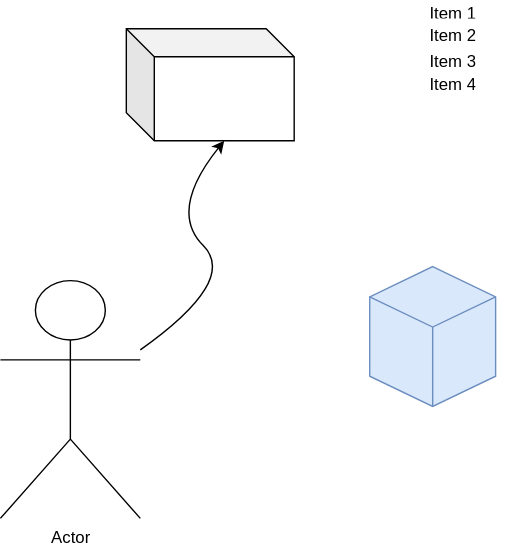
Above: coba export svg.drawio.svg in parulianhutapean-dotcom/generaldoc_sept_uck (draw.io), before the change. Source tidied: cells renumbered, new cells last; positions are measured from the earlier drawing's top-left corner, leaving out a move shared by most shapes. The source it was exported from:
```xml
<mxGraphModel>
  <root>
    <mxCell id="0" />
    <mxCell id="1" parent="0" />
    <mxCell id="2" style="shape=cube;whiteSpace=wrap;html=1;boundedLbl=1;backgroundOutline=1;darkOpacity=0.05;darkOpacity2=0.1;" parent="1" vertex="1">
      <mxGeometry x="90" y="20" width="120" height="80" as="geometry" />
    </mxCell>
    <mxCell id="3" value="Actor" style="shape=umlActor;verticalLabelPosition=bottom;verticalAlign=top;html=1;outlineConnect=0;" parent="1" vertex="1">
      <mxGeometry y="200" width="100" height="170" as="geometry" />
    </mxCell>
    <mxCell id="4" style="curved=1;endArrow=classic;html=1;rounded=0;entryX=0;entryY=0;entryDx=70;entryDy=80;entryPerimeter=0;" parent="1" edge="1" source="3" target="2">
      <mxGeometry relative="1" as="geometry">
        <Array as="points">
          <mxPoint x="170" y="200" />
          <mxPoint x="120" y="150" />
        </Array>
      </mxGeometry>
    </mxCell>
    <mxCell id="5" style="shape=table;startSize=0;fontSize=11;fillColor=none;strokeColor=none;" parent="1" vertex="1">
      <mxGeometry x="300" width="60" height="70" as="geometry" />
    </mxCell>
    <mxCell id="6" style="shape=tableRow;horizontal=0;startSize=0;swimlaneHead=0;swimlaneBody=0;strokeColor=inherit;top=0;left=0;bottom=0;right=0;fillColor=none;fontSize=16;" parent="5" vertex="1">
      <mxGeometry width="60" height="15" as="geometry" />
    </mxCell>
    <mxCell id="7" value="Item 1" style="shape=partialRectangle;html=1;whiteSpace=wrap;strokeColor=inherit;overflow=hidden;fillColor=none;top=0;left=0;bottom=0;right=0;fontSize=12;align=left;spacingLeft=5;" parent="6" vertex="1">
      <mxGeometry width="60" height="15" as="geometry" />
    </mxCell>
    <mxCell id="8" style="shape=tableRow;horizontal=0;startSize=0;swimlaneHead=0;swimlaneBody=0;strokeColor=inherit;top=0;left=0;bottom=0;right=0;fillColor=none;fontSize=16;" parent="5" vertex="1">
      <mxGeometry y="15" width="60" height="20" as="geometry" />
    </mxCell>
    <mxCell id="9" value="Item 2" style="shape=partialRectangle;html=1;whiteSpace=wrap;strokeColor=inherit;overflow=hidden;fillColor=none;top=0;left=0;bottom=0;right=0;fontSize=12;align=left;spacingLeft=5;" parent="8" vertex="1">
      <mxGeometry width="60" height="20" as="geometry" />
    </mxCell>
    <mxCell id="10" style="shape=tableRow;horizontal=0;startSize=0;swimlaneHead=0;swimlaneBody=0;strokeColor=inherit;top=0;left=0;bottom=0;right=0;fillColor=none;fontSize=16;" parent="5" vertex="1">
      <mxGeometry y="35" width="60" height="15" as="geometry" />
    </mxCell>
    <mxCell id="11" value="Item 3" style="shape=partialRectangle;html=1;whiteSpace=wrap;strokeColor=inherit;overflow=hidden;fillColor=none;top=0;left=0;bottom=0;right=0;fontSize=12;align=left;spacingLeft=5;" parent="10" vertex="1">
      <mxGeometry width="60" height="15" as="geometry" />
    </mxCell>
    <mxCell id="12" style="shape=tableRow;horizontal=0;startSize=0;swimlaneHead=0;swimlaneBody=0;strokeColor=inherit;top=0;left=0;bottom=0;right=0;fillColor=none;fontSize=16;" parent="5" vertex="1">
      <mxGeometry y="50" width="60" height="20" as="geometry" />
    </mxCell>
    <mxCell id="13" value="Item 4" style="shape=partialRectangle;html=1;whiteSpace=wrap;strokeColor=inherit;overflow=hidden;fillColor=none;top=0;left=0;bottom=0;right=0;fontSize=12;align=left;spacingLeft=5;" parent="12" vertex="1">
      <mxGeometry width="60" height="20" as="geometry" />
    </mxCell>
    <mxCell id="14" style="html=1;whiteSpace=wrap;shape=isoCube2;backgroundOutline=1;isoAngle=15;fillColor=#dae8fc;strokeColor=#6c8ebf;" parent="1" vertex="1">
      <mxGeometry x="264" y="190" width="90" height="100" as="geometry" />
    </mxCell>
  </root>
</mxGraphModel>
```
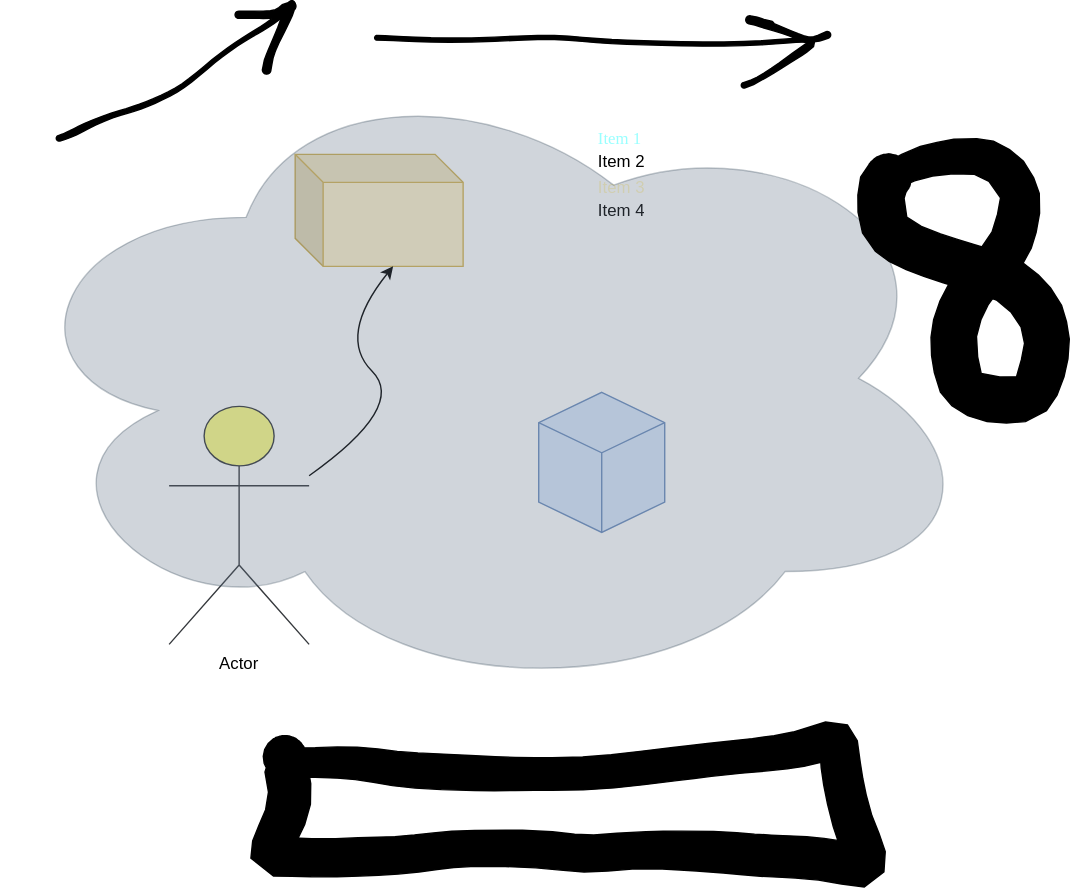
The same file after the commit.

Change to the diagram source:
```diff
@@ -2,10 +2,10 @@
   <root>
     <mxCell id="0" />
     <mxCell id="1" parent="0" />
-    <mxCell id="2" style="shape=cube;whiteSpace=wrap;html=1;boundedLbl=1;backgroundOutline=1;darkOpacity=0.05;darkOpacity2=0.1;" parent="1" vertex="1">
+    <mxCell id="2" style="shape=cube;whiteSpace=wrap;html=1;boundedLbl=1;backgroundOutline=1;darkOpacity=0.05;darkOpacity2=0.1;fillColor=#fff2cc;strokeColor=#d6b656;" parent="1" vertex="1">
       <mxGeometry x="90" y="20" width="120" height="80" as="geometry" />
     </mxCell>
-    <mxCell id="3" value="Actor" style="shape=umlActor;verticalLabelPosition=bottom;verticalAlign=top;html=1;outlineConnect=0;" parent="1" vertex="1">
+    <mxCell id="3" value="Actor" style="shape=umlActor;verticalLabelPosition=bottom;verticalAlign=top;html=1;outlineConnect=0;fillColor=#ffff88;strokeColor=#36393d;" parent="1" vertex="1">
       <mxGeometry y="200" width="100" height="170" as="geometry" />
     </mxCell>
     <mxCell id="4" style="curved=1;endArrow=classic;html=1;rounded=0;entryX=0;entryY=0;entryDx=70;entryDy=80;entryPerimeter=0;" parent="1" edge="1" source="3" target="2">
@@ -16,13 +16,13 @@
         </Array>
       </mxGeometry>
     </mxCell>
-    <mxCell id="5" style="shape=table;startSize=0;fontSize=11;fillColor=none;strokeColor=none;" parent="1" vertex="1">
+    <mxCell id="5" style="shape=table;startSize=0;fontSize=11;fillColor=none;strokeColor=none;fontStyle=1;" parent="1" vertex="1">
       <mxGeometry x="300" width="60" height="70" as="geometry" />
     </mxCell>
     <mxCell id="6" style="shape=tableRow;horizontal=0;startSize=0;swimlaneHead=0;swimlaneBody=0;strokeColor=inherit;top=0;left=0;bottom=0;right=0;fillColor=none;fontSize=16;" parent="5" vertex="1">
       <mxGeometry width="60" height="15" as="geometry" />
     </mxCell>
-    <mxCell id="7" value="Item 1" style="shape=partialRectangle;html=1;whiteSpace=wrap;strokeColor=inherit;overflow=hidden;fillColor=none;top=0;left=0;bottom=0;right=0;fontSize=12;align=left;spacingLeft=5;" parent="6" vertex="1">
+    <mxCell id="7" value="&lt;font face=&quot;Verdana&quot; style=&quot;color: rgb(153, 255, 255);&quot;&gt;Item 1&lt;/font&gt;" style="shape=partialRectangle;html=1;whiteSpace=wrap;strokeColor=inherit;overflow=hidden;fillColor=none;top=0;left=0;bottom=0;right=0;fontSize=12;align=left;spacingLeft=5;" parent="6" vertex="1">
       <mxGeometry width="60" height="15" as="geometry" />
     </mxCell>
     <mxCell id="8" style="shape=tableRow;horizontal=0;startSize=0;swimlaneHead=0;swimlaneBody=0;strokeColor=inherit;top=0;left=0;bottom=0;right=0;fillColor=none;fontSize=16;" parent="5" vertex="1">
@@ -34,7 +34,7 @@
     <mxCell id="10" style="shape=tableRow;horizontal=0;startSize=0;swimlaneHead=0;swimlaneBody=0;strokeColor=inherit;top=0;left=0;bottom=0;right=0;fillColor=none;fontSize=16;" parent="5" vertex="1">
       <mxGeometry y="35" width="60" height="15" as="geometry" />
     </mxCell>
-    <mxCell id="11" value="Item 3" style="shape=partialRectangle;html=1;whiteSpace=wrap;strokeColor=inherit;overflow=hidden;fillColor=none;top=0;left=0;bottom=0;right=0;fontSize=12;align=left;spacingLeft=5;" parent="10" vertex="1">
+    <mxCell id="11" value="&lt;span style=&quot;color: rgb(255, 244, 195);&quot;&gt;Item 3&lt;/span&gt;" style="shape=partialRectangle;html=1;whiteSpace=wrap;strokeColor=inherit;overflow=hidden;fillColor=none;top=0;left=0;bottom=0;right=0;fontSize=12;align=left;spacingLeft=5;" parent="10" vertex="1">
       <mxGeometry width="60" height="15" as="geometry" />
     </mxCell>
     <mxCell id="12" style="shape=tableRow;horizontal=0;startSize=0;swimlaneHead=0;swimlaneBody=0;strokeColor=inherit;top=0;left=0;bottom=0;right=0;fillColor=none;fontSize=16;" parent="5" vertex="1">
@@ -46,5 +46,26 @@
     <mxCell id="14" style="html=1;whiteSpace=wrap;shape=isoCube2;backgroundOutline=1;isoAngle=15;fillColor=#dae8fc;strokeColor=#6c8ebf;" parent="1" vertex="1">
       <mxGeometry x="264" y="190" width="90" height="100" as="geometry" />
     </mxCell>
+    <mxCell id="15" style="ellipse;shape=cloud;whiteSpace=wrap;html=1;labelBackgroundColor=#F19C99;fillColor=#647687;strokeColor=#314354;fontColor=#ffffff;opacity=30;" parent="1" vertex="1">
+      <mxGeometry x="-120" y="-50" width="700" height="460" as="geometry" />
+    </mxCell>
+    <mxCell id="16" style="shape=(stored shape, 1316 characters);lineShape=1;strokeColor=default;" parent="1" vertex="1">
+      <mxGeometry x="-80.6" y="-89.7" width="170.5" height="100.3" as="geometry" />
+    </mxCell>
+    <mxCell id="17" style="shape=(stored shape, 1176 characters);lineShape=1;strokeColor=default;" parent="1" vertex="1">
+      <mxGeometry x="47.1" y="-89.2" width="43.4" height="51.9" as="geometry" />
+    </mxCell>
+    <mxCell id="18" style="shape=(stored shape, 1236 characters);lineShape=1;strokeColor=default;" parent="1" vertex="1">
+      <mxGeometry x="146.8" y="-67.7" width="325.7" height="10.4" as="geometry" />
+    </mxCell>
+    <mxCell id="19" style="shape=(stored shape, 1224 characters);lineShape=1;strokeColor=default;" parent="1" vertex="1">
+      <mxGeometry x="408.7" y="-79" width="52.5" height="51.6" as="geometry" />
+    </mxCell>
+    <mxCell id="20" style="shape=(stored shape, 1460 characters);lineShape=1;strokeColor=default;" parent="1" vertex="1">
+      <mxGeometry x="492" y="8.8" width="151" height="203.1" as="geometry" />
+    </mxCell>
+    <mxCell id="21" style="shape=(stored shape, 1912 characters);lineShape=1;strokeColor=default;" parent="1" vertex="1">
+      <mxGeometry x="58.4" y="425.5" width="453.1" height="117.8" as="geometry" />
+    </mxCell>
   </root>
 </mxGraphModel>
```
